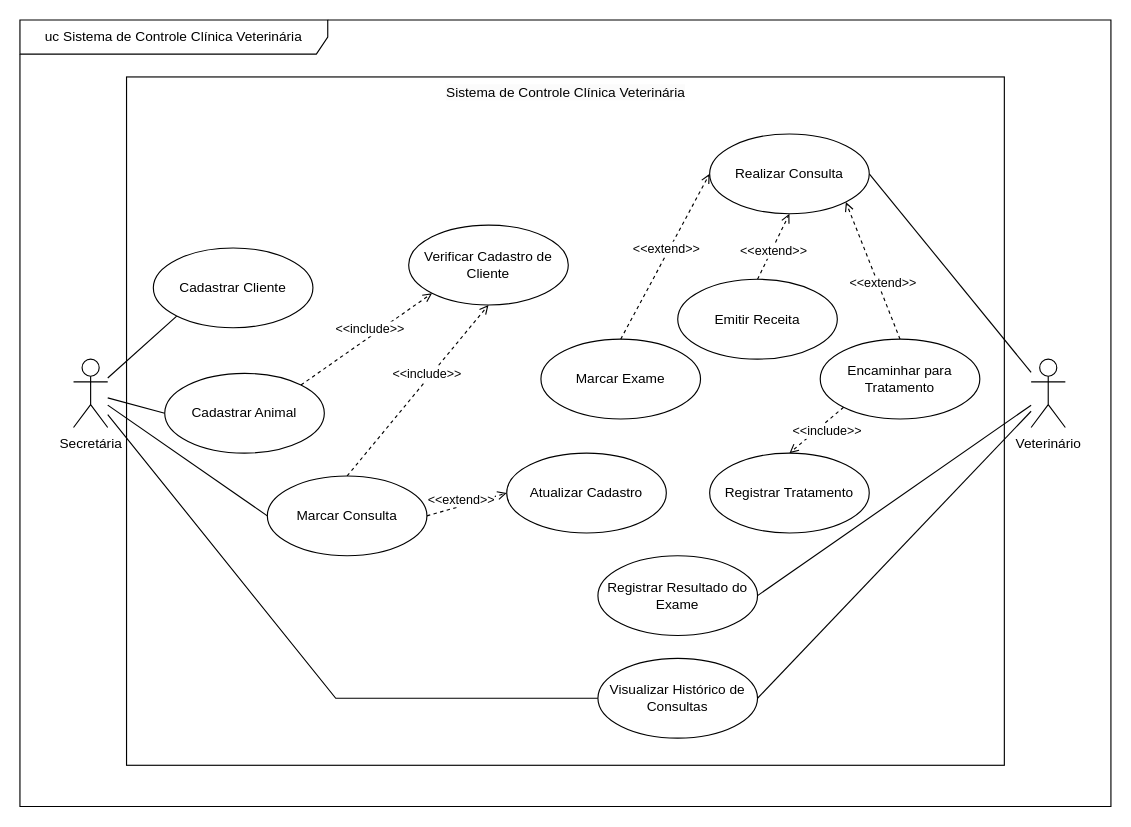
Earlier version of the draw.io diagram UC-Clinica-Veterinária(PDS).drawio (Beneilton-Martins/Sistema-de-Controle-de-Cl-nica-Veterin-ria). Source tidied: cells renumbered, new cells numbered last; positions are measured from the earlier drawing's top-left corner, leaving out a move shared by most shapes. Both pictures are drawn from the tidied source at 114%, with x=0, y=0 at pixel (19, 19).
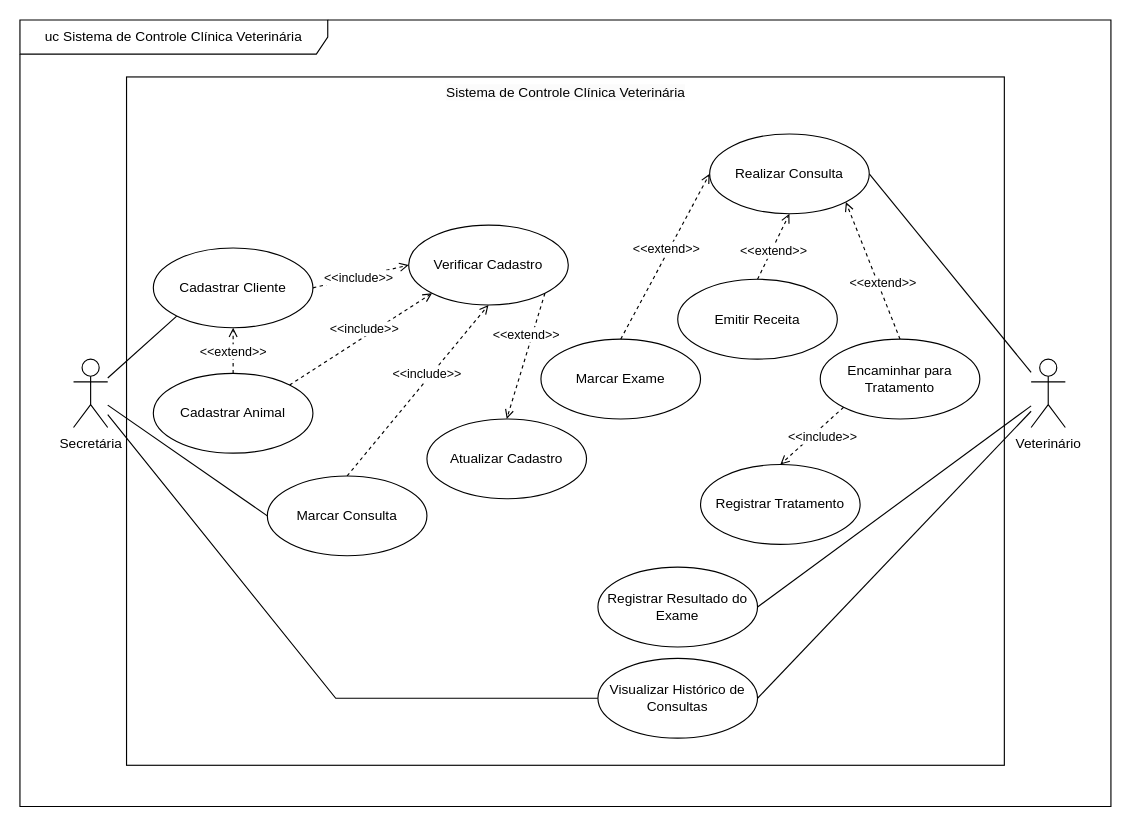
Above is the later version.

Diff of the diagram source:
```diff
@@
-    <mxCell id="2" value="&lt;span style=&quot;color: rgb(0, 0, 0); font-family: Helvetica; font-size: 12px; font-style: normal; font-variant-ligatures: normal; font-variant-caps: normal; font-weight: 400; letter-spacing: normal; orphans: 2; text-align: center; text-indent: 0px; text-transform: none; widows: 2; word-spacing: 0px; -webkit-text-stroke-width: 0px; background-color: rgb(251, 251, 251); text-decoration-thickness: initial; text-decoration-style: initial; text-decoration-color: initial; float: none; display: inline !important;&quot;&gt;Sistema de Controle Clínica Veterinária&lt;/span&gt;" style="html=1;whiteSpace=wrap;align=center;verticalAlign=top;" parent="1" vertex="1">
+    <mxCell id="2" value="&lt;span style=&quot;color: rgb(0, 0, 0); font-family: Helvetica; font-size: 12px; font-style: normal; font-variant-ligatures: normal; font-variant-caps: normal; font-weight: 400; letter-spacing: normal; orphans: 2; text-indent: 0px; text-transform: none; widows: 2; word-spacing: 0px; -webkit-text-stroke-width: 0px; background-color: rgb(251, 251, 251); text-decoration-thickness: initial; text-decoration-style: initial; text-decoration-color: initial; float: none; display: inline !important;&quot;&gt;Sistema de Controle Clínica Veterinária&lt;/span&gt;" style="html=1;whiteSpace=wrap;align=center;verticalAlign=top;" parent="1" vertex="1">
       <mxGeometry x="93.5" y="50" width="770" height="603.8" as="geometry" />
     </mxCell>
-    <mxCell id="3" value="Veterinário" style="shape=umlActor;verticalLabelPosition=bottom;verticalAlign=top;html=1;" parent="1" vertex="1">
+    <mxCell id="3" value="Veterinário" style="shape=umlActor;verticalLabelPosition=bottom;verticalAlign=top;html=1;align=center;" parent="1" vertex="1">
       <mxGeometry x="887" y="297.5" width="30" height="60" as="geometry" />
     </mxCell>
-    <mxCell id="4" style="rounded=0;jettySize=auto;html=1;exitX=0;exitY=0.5;exitDx=0;exitDy=0;endArrow=none;endFill=0;" parent="1" edge="1" source="5" target="7">
-      <mxGeometry relative="1" as="geometry" />
-    </mxCell>
-    <mxCell id="5" value="Cadastrar Animal" style="ellipse;whiteSpace=wrap;html=1;" parent="1" vertex="1">
-      <mxGeometry x="127" y="310" width="140" height="70" as="geometry" />
+    <mxCell id="5" value="Cadastrar Animal" style="ellipse;whiteSpace=wrap;html=1;align=center;" parent="1" vertex="1">
+      <mxGeometry x="117" y="310" width="140" height="70" as="geometry" />
     </mxCell>
-    <mxCell id="6" value="uc Sistema de Controle Clínica Veterinária" style="shape=umlFrame;whiteSpace=wrap;html=1;width=270;height=30;" parent="1" vertex="1">
+    <mxCell id="6" value="uc Sistema de Controle Clínica Veterinária" style="shape=umlFrame;whiteSpace=wrap;html=1;width=270;height=30;align=center;" parent="1" vertex="1">
       <mxGeometry width="957" height="690" as="geometry" />
     </mxCell>
-    <mxCell id="7" value="Secretária" style="shape=umlActor;verticalLabelPosition=bottom;verticalAlign=top;html=1;" parent="1" vertex="1">
+    <mxCell id="7" value="Secretária" style="shape=umlActor;verticalLabelPosition=bottom;verticalAlign=top;html=1;align=center;" parent="1" vertex="1">
       <mxGeometry x="47" y="297.5" width="30" height="60" as="geometry" />
     </mxCell>
-    <mxCell id="8" value="Atualizar Cadastro" style="ellipse;whiteSpace=wrap;html=1;verticalAlign=middle;" parent="1" vertex="1">
-      <mxGeometry x="427" y="380" width="140" height="70" as="geometry" />
+    <mxCell id="8" value="Atualizar Cadastro" style="ellipse;whiteSpace=wrap;html=1;verticalAlign=middle;align=center;" parent="1" vertex="1">
+      <mxGeometry x="357" y="350" width="140" height="70" as="geometry" />
     </mxCell>
-    <mxCell id="9" style="rounded=0;jettySize=auto;html=1;exitX=0;exitY=1;exitDx=0;exitDy=0;endArrow=none;endFill=0;" parent="1" edge="1" source="10" target="7">
+    <mxCell id="9" style="rounded=0;jettySize=auto;html=1;exitX=0;exitY=1;exitDx=0;exitDy=0;endArrow=none;endFill=0;align=center;" parent="1" edge="1" source="10" target="7">
       <mxGeometry relative="1" as="geometry" />
     </mxCell>
-    <mxCell id="10" value="Cadastrar Cliente" style="ellipse;whiteSpace=wrap;html=1;" parent="1" vertex="1">
+    <mxCell id="10" value="Cadastrar Cliente" style="ellipse;whiteSpace=wrap;html=1;align=center;" parent="1" vertex="1">
       <mxGeometry x="117" y="200" width="140" height="70" as="geometry" />
     </mxCell>
-    <mxCell id="11" value="Marcar Consulta" style="ellipse;whiteSpace=wrap;html=1;" parent="1" vertex="1">
+    <mxCell id="11" value="Marcar Consulta" style="ellipse;whiteSpace=wrap;html=1;align=center;" parent="1" vertex="1">
       <mxGeometry x="217" y="400" width="140" height="70" as="geometry" />
     </mxCell>
-    <mxCell id="12" value="Marcar Exame" style="ellipse;whiteSpace=wrap;html=1;" parent="1" vertex="1">
+    <mxCell id="12" value="Marcar Exame" style="ellipse;whiteSpace=wrap;html=1;align=center;" parent="1" vertex="1">
       <mxGeometry x="457" y="280" width="140" height="70" as="geometry" />
     </mxCell>
-    <mxCell id="13" style="rounded=0;jettySize=auto;html=1;exitX=1;exitY=0.5;exitDx=0;exitDy=0;endArrow=none;endFill=0;" parent="1" edge="1" source="14" target="3">
+    <mxCell id="13" style="rounded=0;jettySize=auto;html=1;exitX=1;exitY=0.5;exitDx=0;exitDy=0;endArrow=none;endFill=0;align=center;" parent="1" edge="1" source="14" target="3">
       <mxGeometry relative="1" as="geometry" />
     </mxCell>
-    <mxCell id="14" value="Registrar Resultado do Exame" style="ellipse;whiteSpace=wrap;html=1;" parent="1" vertex="1">
-      <mxGeometry x="507" y="470" width="140" height="70" as="geometry" />
+    <mxCell id="14" value="Registrar Resultado do Exame" style="ellipse;whiteSpace=wrap;html=1;align=center;" parent="1" vertex="1">
+      <mxGeometry x="507" y="480" width="140" height="70" as="geometry" />
     </mxCell>
-    <mxCell id="15" value="Emitir Receita" style="ellipse;whiteSpace=wrap;html=1;" parent="1" vertex="1">
+    <mxCell id="15" value="Emitir Receita" style="ellipse;whiteSpace=wrap;html=1;align=center;" parent="1" vertex="1">
       <mxGeometry x="577" y="227.5" width="140" height="70" as="geometry" />
     </mxCell>
-    <mxCell id="16" value="Encaminhar para Tratamento" style="ellipse;whiteSpace=wrap;html=1;" parent="1" vertex="1">
+    <mxCell id="16" value="Encaminhar para Tratamento" style="ellipse;whiteSpace=wrap;html=1;align=center;" parent="1" vertex="1">
       <mxGeometry x="702" y="280" width="140" height="70" as="geometry" />
     </mxCell>
-    <mxCell id="17" style="rounded=0;jettySize=auto;html=1;exitX=0;exitY=0.5;exitDx=0;exitDy=0;endArrow=none;endFill=0;" parent="1" edge="1" source="19" target="7">
+    <mxCell id="17" style="rounded=0;jettySize=auto;html=1;exitX=0;exitY=0.5;exitDx=0;exitDy=0;endArrow=none;endFill=0;align=center;" parent="1" edge="1" source="19" target="7">
       <mxGeometry relative="1" as="geometry">
         <Array as="points">
           <mxPoint x="277" y="595" />
         </Array>
       </mxGeometry>
     </mxCell>
-    <mxCell id="18" style="rounded=0;jettySize=auto;html=1;exitX=1;exitY=0.5;exitDx=0;exitDy=0;endArrow=none;endFill=0;" parent="1" edge="1" source="19" target="3">
+    <mxCell id="18" style="rounded=0;jettySize=auto;html=1;exitX=1;exitY=0.5;exitDx=0;exitDy=0;endArrow=none;endFill=0;align=center;" parent="1" edge="1" source="19" target="3">
       <mxGeometry relative="1" as="geometry" />
     </mxCell>
-    <mxCell id="19" value="Visualizar Histórico de Consultas" style="ellipse;whiteSpace=wrap;html=1;" parent="1" vertex="1">
+    <mxCell id="19" value="Visualizar Histórico de Consultas" style="ellipse;whiteSpace=wrap;html=1;align=center;" parent="1" vertex="1">
       <mxGeometry x="507" y="560" width="140" height="70" as="geometry" />
     </mxCell>
-    <mxCell id="20" style="rounded=0;jettySize=auto;html=1;exitX=0;exitY=0.5;exitDx=0;exitDy=0;endArrow=none;endFill=0;" parent="1" edge="1" source="11" target="7">
+    <mxCell id="20" style="rounded=0;jettySize=auto;html=1;exitX=0;exitY=0.5;exitDx=0;exitDy=0;endArrow=none;endFill=0;align=center;" parent="1" edge="1" source="11" target="7">
       <mxGeometry relative="1" as="geometry" />
     </mxCell>
-    <mxCell id="21" value="&amp;lt;&amp;lt;extend&amp;gt;&amp;gt;" style="html=1;verticalAlign=bottom;labelBackgroundColor=default;endArrow=open;endFill=0;dashed=1;rounded=0;exitX=0.5;exitY=0;exitDx=0;exitDy=0;entryX=0.5;entryY=1;entryDx=0;entryDy=0;" parent="1" edge="1" source="15" target="23">
+    <mxCell id="21" value="&amp;lt;&amp;lt;extend&amp;gt;&amp;gt;" style="html=1;verticalAlign=bottom;labelBackgroundColor=default;endArrow=open;endFill=0;dashed=1;rounded=0;exitX=0.5;exitY=0;exitDx=0;exitDy=0;entryX=0.5;entryY=1;entryDx=0;entryDy=0;align=center;" parent="1" edge="1" source="15" target="23">
       <mxGeometry x="-0.36" y="-6" relative="1" as="geometry" />
     </mxCell>
-    <mxCell id="22" style="rounded=0;jettySize=auto;html=1;exitX=1;exitY=0.5;exitDx=0;exitDy=0;endArrow=none;endFill=0;" parent="1" edge="1" source="23" target="3">
+    <mxCell id="22" style="rounded=0;jettySize=auto;html=1;exitX=1;exitY=0.5;exitDx=0;exitDy=0;endArrow=none;endFill=0;align=center;" parent="1" edge="1" source="23" target="3">
       <mxGeometry relative="1" as="geometry" />
     </mxCell>
-    <mxCell id="23" value="Realizar Consulta" style="ellipse;whiteSpace=wrap;html=1;" parent="1" vertex="1">
+    <mxCell id="23" value="Realizar Consulta" style="ellipse;whiteSpace=wrap;html=1;align=center;" parent="1" vertex="1">
       <mxGeometry x="605" y="100" width="140" height="70" as="geometry" />
     </mxCell>
-    <mxCell id="24" value="&amp;lt;&amp;lt;extend&amp;gt;&amp;gt;" style="html=1;verticalAlign=bottom;labelBackgroundColor=default;endArrow=open;endFill=0;dashed=1;rounded=0;entryX=0;entryY=0.5;entryDx=0;entryDy=0;exitX=0.5;exitY=0;exitDx=0;exitDy=0;" parent="1" edge="1" source="12" target="23">
+    <mxCell id="24" value="&amp;lt;&amp;lt;extend&amp;gt;&amp;gt;" style="html=1;verticalAlign=bottom;labelBackgroundColor=default;endArrow=open;endFill=0;dashed=1;rounded=0;entryX=0;entryY=0.5;entryDx=0;entryDy=0;exitX=0.5;exitY=0;exitDx=0;exitDy=0;align=center;" parent="1" edge="1" source="12" target="23">
       <mxGeometry x="-0.02" y="-2" relative="1" as="geometry" />
     </mxCell>
-    <mxCell id="25" value="&amp;lt;&amp;lt;extend&amp;gt;&amp;gt;" style="html=1;verticalAlign=bottom;labelBackgroundColor=default;endArrow=open;endFill=0;dashed=1;rounded=0;exitX=0.5;exitY=0;exitDx=0;exitDy=0;entryX=1;entryY=1;entryDx=0;entryDy=0;" parent="1" edge="1" source="16" target="23">
+    <mxCell id="25" value="&amp;lt;&amp;lt;extend&amp;gt;&amp;gt;" style="html=1;verticalAlign=bottom;labelBackgroundColor=default;endArrow=open;endFill=0;dashed=1;rounded=0;exitX=0.5;exitY=0;exitDx=0;exitDy=0;entryX=1;entryY=1;entryDx=0;entryDy=0;align=center;" parent="1" edge="1" source="16" target="23">
       <mxGeometry x="-0.34" y="-1" relative="1" as="geometry" />
     </mxCell>
-    <mxCell id="26" value="Registrar Tratamento" style="ellipse;whiteSpace=wrap;html=1;" parent="1" vertex="1">
-      <mxGeometry x="605" y="380" width="140" height="70" as="geometry" />
+    <mxCell id="26" value="Registrar Tratamento" style="ellipse;whiteSpace=wrap;html=1;align=center;" parent="1" vertex="1">
+      <mxGeometry x="597" y="390" width="140" height="70" as="geometry" />
     </mxCell>
-    <mxCell id="27" value="&amp;lt;&amp;lt;include&amp;gt;&amp;gt;" style="html=1;verticalAlign=bottom;labelBackgroundColor=default;endArrow=open;endFill=0;dashed=1;rounded=0;exitX=0;exitY=1;exitDx=0;exitDy=0;entryX=0.5;entryY=0;entryDx=0;entryDy=0;" parent="1" edge="1" source="16" target="26">
+    <mxCell id="27" value="&amp;lt;&amp;lt;include&amp;gt;&amp;gt;" style="html=1;verticalAlign=bottom;labelBackgroundColor=default;endArrow=open;endFill=0;dashed=1;rounded=0;exitX=0;exitY=1;exitDx=0;exitDy=0;entryX=0.5;entryY=0;entryDx=0;entryDy=0;align=center;" parent="1" edge="1" source="16" target="26">
       <mxGeometry x="0.01" y="13" relative="1" as="geometry">
         <mxPoint x="1" as="offset" />
       </mxGeometry>
     </mxCell>
-    <mxCell id="28" value="&amp;lt;&amp;lt;include&amp;gt;&amp;gt;" style="html=1;verticalAlign=bottom;labelBackgroundColor=default;endArrow=open;endFill=0;dashed=1;rounded=0;entryX=0;entryY=1;entryDx=0;entryDy=0;exitX=1;exitY=0;exitDx=0;exitDy=0;" parent="1" edge="1" source="5" target="29">
+    <mxCell id="28" value="&amp;lt;&amp;lt;include&amp;gt;&amp;gt;" style="html=1;verticalAlign=bottom;labelBackgroundColor=default;endArrow=open;endFill=0;dashed=1;rounded=0;entryX=0;entryY=1;entryDx=0;entryDy=0;exitX=1;exitY=0;exitDx=0;exitDy=0;align=center;" parent="1" edge="1" source="5" target="29">
       <mxGeometry x="0.04" y="-2" relative="1" as="geometry" />
     </mxCell>
-    <mxCell id="29" value="Verificar Cadastro de Cliente" style="ellipse;whiteSpace=wrap;html=1;" parent="1" vertex="1">
+    <mxCell id="29" value="Verificar Cadastro" style="ellipse;whiteSpace=wrap;html=1;align=center;" parent="1" vertex="1">
       <mxGeometry x="341" y="180" width="140" height="70" as="geometry" />
     </mxCell>
-    <mxCell id="30" value="&amp;lt;&amp;lt;include&amp;gt;&amp;gt;" style="html=1;verticalAlign=bottom;labelBackgroundColor=default;endArrow=open;endFill=0;dashed=1;rounded=0;entryX=0.5;entryY=1;entryDx=0;entryDy=0;exitX=0.5;exitY=0;exitDx=0;exitDy=0;" parent="1" edge="1" source="11" target="29">
+    <mxCell id="30" value="&amp;lt;&amp;lt;include&amp;gt;&amp;gt;" style="html=1;verticalAlign=bottom;labelBackgroundColor=default;endArrow=open;endFill=0;dashed=1;rounded=0;entryX=0.5;entryY=1;entryDx=0;entryDy=0;exitX=0.5;exitY=0;exitDx=0;exitDy=0;align=center;" parent="1" edge="1" source="11" target="29">
       <mxGeometry x="0.09" y="-3" relative="1" as="geometry" />
     </mxCell>
-    <mxCell id="31" value="&amp;lt;&amp;lt;extend&amp;gt;&amp;gt;" style="html=1;verticalAlign=bottom;labelBackgroundColor=default;endArrow=open;endFill=0;dashed=1;rounded=0;entryX=0;entryY=0.5;entryDx=0;entryDy=0;exitX=1;exitY=0.5;exitDx=0;exitDy=0;" parent="1" edge="1" source="11" target="8">
+    <mxCell id="31" value="&amp;lt;&amp;lt;extend&amp;gt;&amp;gt;" style="html=1;verticalAlign=bottom;labelBackgroundColor=default;endArrow=open;endFill=0;dashed=1;rounded=0;entryX=0.5;entryY=0;entryDx=0;entryDy=0;exitX=1;exitY=1;exitDx=0;exitDy=0;align=center;" parent="1" edge="1" source="29" target="8">
       <mxGeometry x="-0.17" y="-3" relative="1" as="geometry" />
     </mxCell>
+    <mxCell id="32" value="&amp;lt;&amp;lt;extend&amp;gt;&amp;gt;" style="html=1;verticalAlign=bottom;labelBackgroundColor=default;endArrow=open;endFill=0;dashed=1;rounded=0;exitX=0.5;exitY=0;exitDx=0;exitDy=0;entryX=0.5;entryY=1;entryDx=0;entryDy=0;align=center;" parent="1" edge="1" source="5" target="10">
+      <mxGeometry x="-0.5" relative="1" as="geometry" />
+    </mxCell>
+    <mxCell id="33" value="&amp;lt;&amp;lt;include&amp;gt;&amp;gt;" style="html=1;verticalAlign=bottom;labelBackgroundColor=default;endArrow=open;endFill=0;dashed=1;rounded=0;entryX=0;entryY=0.5;entryDx=0;entryDy=0;exitX=1;exitY=0.5;exitDx=0;exitDy=0;align=center;" parent="1" edge="1" source="10" target="29">
+      <mxGeometry x="-0.1" y="-9" relative="1" as="geometry" />
+    </mxCell>
```
